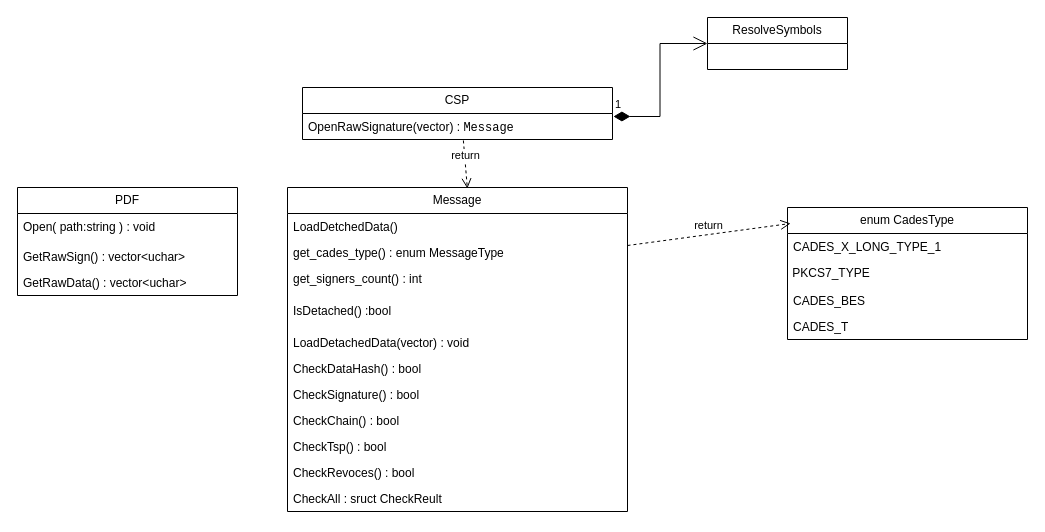
This is basic_struct_draft.drawio from 3036662/pdf_scp, a draw.io file, before an edit. Source tidied: cells renumbered, new cells numbered last; positions are measured from the earlier drawing's top-left corner, leaving out a move shared by most shapes. Both pictures are drawn from the tidied source at 100%, with x=0, y=0 at pixel (17, 17).
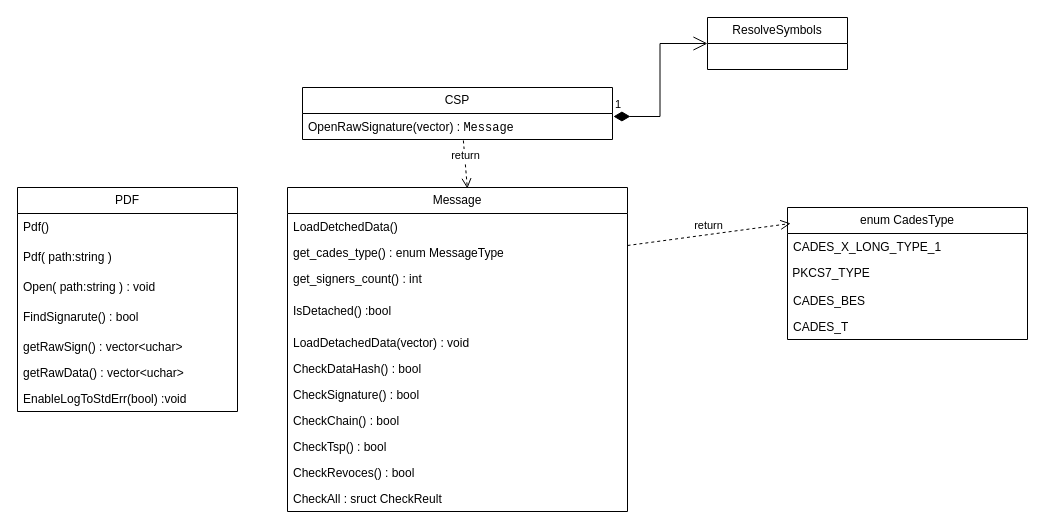
The same diagram, later.

Change to the diagram source:
```diff
@@
     <mxCell id="2" value="PDF" style="swimlane;fontStyle=0;horizontal=1;startSize=26;fillColor=none;whiteSpace=wrap;html=1;" parent="1" vertex="1">
-      <mxGeometry y="170" width="220" height="108" as="geometry" />
+      <mxGeometry y="170" width="220" height="224" as="geometry" />
     </mxCell>
-    <mxCell id="3" value="&lt;div&gt;Open( path:string ) : void&lt;/div&gt;" style="text;strokeColor=none;fillColor=none;align=left;verticalAlign=top;spacingLeft=4;spacingRight=4;overflow=hidden;whiteSpace=wrap;html=1;rounded=0;" parent="2" vertex="1">
+    <mxCell id="3" value="&lt;div&gt;Pdf()&lt;/div&gt;" style="text;strokeColor=none;fillColor=none;align=left;verticalAlign=top;spacingLeft=4;spacingRight=4;overflow=hidden;whiteSpace=wrap;html=1;rounded=0;" parent="2" vertex="1">
       <mxGeometry y="26" width="220" height="30" as="geometry" />
     </mxCell>
+    <mxCell id="29" value="&lt;div&gt;Pdf( path:string )&lt;/div&gt;" style="text;strokeColor=none;fillColor=none;align=left;verticalAlign=top;spacingLeft=4;spacingRight=4;overflow=hidden;whiteSpace=wrap;html=1;rounded=0;" parent="2" vertex="1">
+      <mxGeometry y="56" width="220" height="30" as="geometry" />
+    </mxCell>
+    <mxCell id="30" value="&lt;div&gt;Open( path:string ) : void&lt;/div&gt;" style="text;strokeColor=none;fillColor=none;align=left;verticalAlign=top;spacingLeft=4;spacingRight=4;overflow=hidden;whiteSpace=wrap;html=1;rounded=0;" parent="2" vertex="1">
+      <mxGeometry y="86" width="220" height="30" as="geometry" />
+    </mxCell>
+    <mxCell id="31" value="&lt;div&gt;FindSignarute() : bool&lt;/div&gt;" style="text;strokeColor=none;fillColor=none;align=left;verticalAlign=top;spacingLeft=4;spacingRight=4;overflow=hidden;whiteSpace=wrap;html=1;rounded=0;" parent="2" vertex="1">
+      <mxGeometry y="116" width="220" height="30" as="geometry" />
+    </mxCell>
-    <mxCell id="4" value="GetRawSign() : vector&amp;lt;uchar&amp;gt;" style="text;strokeColor=none;fillColor=none;align=left;verticalAlign=top;spacingLeft=4;spacingRight=4;overflow=hidden;whiteSpace=wrap;html=1;" parent="2" vertex="1">
-      <mxGeometry y="56" width="220" height="26" as="geometry" />
+    <mxCell id="4" value="getRawSign() : vector&amp;lt;uchar&amp;gt;" style="text;strokeColor=none;fillColor=none;align=left;verticalAlign=top;spacingLeft=4;spacingRight=4;overflow=hidden;whiteSpace=wrap;html=1;" parent="2" vertex="1">
+      <mxGeometry y="146" width="220" height="26" as="geometry" />
     </mxCell>
-    <mxCell id="5" value="GetRawData() : vector&amp;lt;uchar&amp;gt;" style="text;strokeColor=none;fillColor=none;align=left;verticalAlign=top;spacingLeft=4;spacingRight=4;overflow=hidden;whiteSpace=wrap;html=1;" parent="2" vertex="1">
-      <mxGeometry y="82" width="220" height="26" as="geometry" />
+    <mxCell id="5" value="&lt;div&gt;getRawData() : vector&amp;lt;uchar&amp;gt;&lt;/div&gt;" style="text;strokeColor=none;fillColor=none;align=left;verticalAlign=top;spacingLeft=4;spacingRight=4;overflow=hidden;whiteSpace=wrap;html=1;" parent="2" vertex="1">
+      <mxGeometry y="172" width="220" height="26" as="geometry" />
     </mxCell>
+    <mxCell id="32" value="EnableLogToStdErr(bool) :void" style="text;strokeColor=none;fillColor=none;align=left;verticalAlign=top;spacingLeft=4;spacingRight=4;overflow=hidden;whiteSpace=wrap;html=1;" parent="2" vertex="1">
+      <mxGeometry y="198" width="220" height="26" as="geometry" />
+    </mxCell>
```
